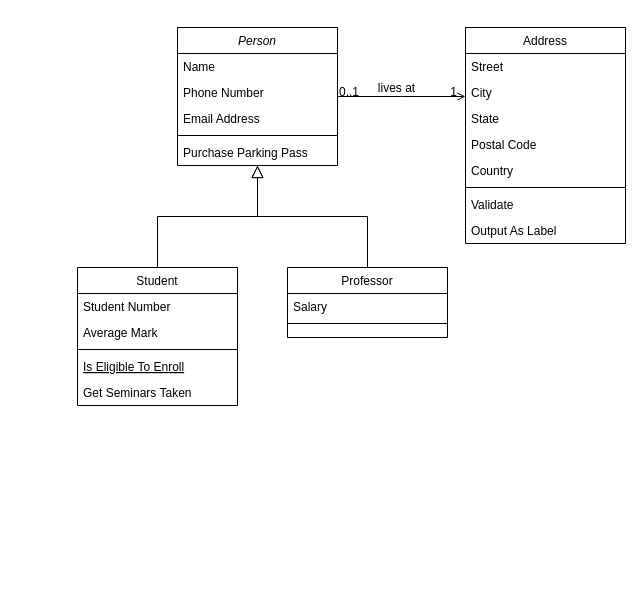
Above: class diagram.drawio in coldbubbletea/Quiz-for-object-oriented-analysis (draw.io), before the change. Source tidied: cells renumbered, new cells numbered last; positions are measured from the earlier drawing's top-left corner, leaving out a move shared by most shapes. Both pictures are drawn from the tidied source at 100%, with x=0, y=0 at pixel (77, 27).
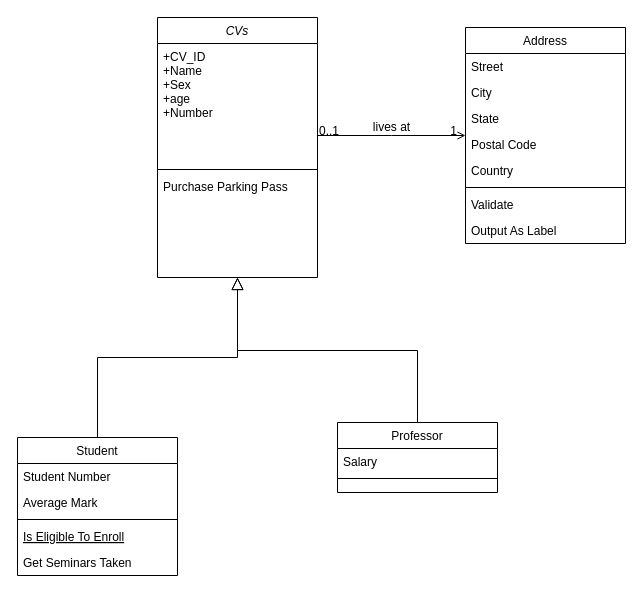
Above is the later version.

What changed in the source:
```diff
@@
-    <mxCell id="2" value="Person" style="swimlane;fontStyle=2;align=center;verticalAlign=top;horizontal=1;startSize=26;rounded=0;shadow=0;strokeWidth=1;" parent="1" vertex="1">
-      <mxGeometry x="100" width="160" height="138" as="geometry" />
+    <mxCell id="2" value="CVs" style="swimlane;fontStyle=2;align=center;verticalAlign=top;horizontal=1;startSize=26;rounded=0;shadow=0;strokeWidth=1;" parent="1" vertex="1">
+      <mxGeometry x="80" y="-10" width="160" height="260" as="geometry" />
     </mxCell>
-    <mxCell id="3" value="Name" style="text;align=left;verticalAlign=top;spacingLeft=4;spacingRight=4;overflow=hidden;" parent="2" vertex="1">
-      <mxGeometry y="26" width="160" height="26" as="geometry" />
-    </mxCell>
-    <mxCell id="4" value="Phone Number" style="text;align=left;verticalAlign=top;spacingLeft=4;spacingRight=4;overflow=hidden;rounded=0;shadow=0;html=0;" parent="2" vertex="1">
-      <mxGeometry y="52" width="160" height="26" as="geometry" />
-    </mxCell>
-    <mxCell id="5" value="Email Address" style="text;align=left;verticalAlign=top;spacingLeft=4;spacingRight=4;overflow=hidden;rounded=0;shadow=0;html=0;" parent="2" vertex="1">
-      <mxGeometry y="78" width="160" height="26" as="geometry" />
+    <mxCell id="5" value="+CV_ID&#10;+Name&#10;+Sex&#10;+age&#10;+Number&#10;&#10;" style="text;align=left;verticalAlign=top;spacingLeft=4;spacingRight=4;overflow=hidden;rounded=0;shadow=0;html=0;" parent="2" vertex="1">
+      <mxGeometry y="26" width="160" height="122" as="geometry" />
     </mxCell>
     <mxCell id="6" style="line;html=1;strokeWidth=1;align=left;verticalAlign=middle;spacingTop=-1;spacingLeft=3;spacingRight=3;labelPosition=right;" parent="2" vertex="1">
-      <mxGeometry y="104" width="160" height="8" as="geometry" />
+      <mxGeometry y="148" width="160" height="8" as="geometry" />
     </mxCell>
     <mxCell id="7" value="Purchase Parking Pass" style="text;align=left;verticalAlign=top;spacingLeft=4;spacingRight=4;overflow=hidden;" parent="2" vertex="1">
-      <mxGeometry y="112" width="160" height="26" as="geometry" />
+      <mxGeometry y="156" width="160" height="26" as="geometry" />
     </mxCell>
     <mxCell id="8" value="Student" style="swimlane;fontStyle=0;align=center;verticalAlign=top;horizontal=1;startSize=26;rounded=0;shadow=0;strokeWidth=1;" parent="1" vertex="1">
-      <mxGeometry y="240" width="160" height="138" as="geometry" />
+      <mxGeometry x="-60" y="410" width="160" height="138" as="geometry" />
     </mxCell>
@@
     <mxCell id="15" value="Professor" style="swimlane;fontStyle=0;align=center;verticalAlign=top;horizontal=1;startSize=26;rounded=0;shadow=0;strokeWidth=1;" parent="1" vertex="1">
-      <mxGeometry x="210" y="240" width="160" height="70" as="geometry" />
+      <mxGeometry x="260" y="395" width="160" height="70" as="geometry" />
     </mxCell>
```
